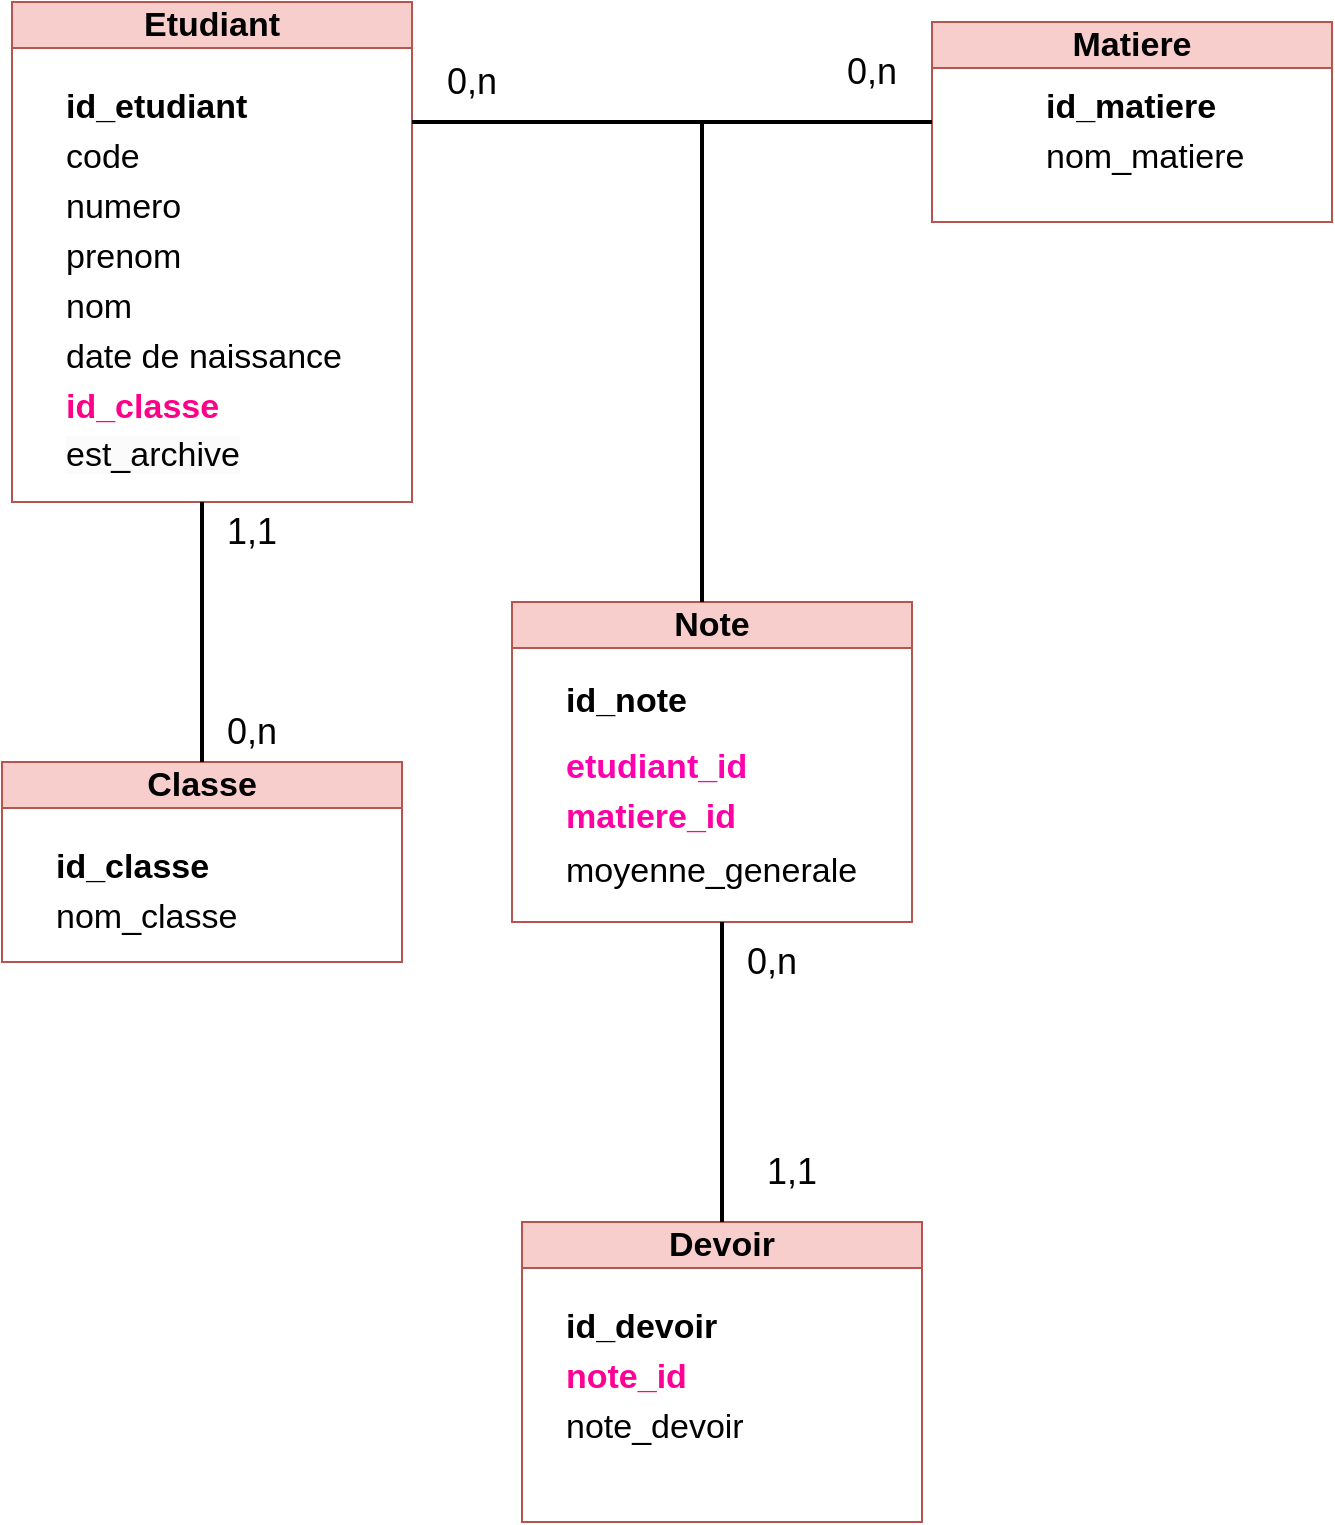
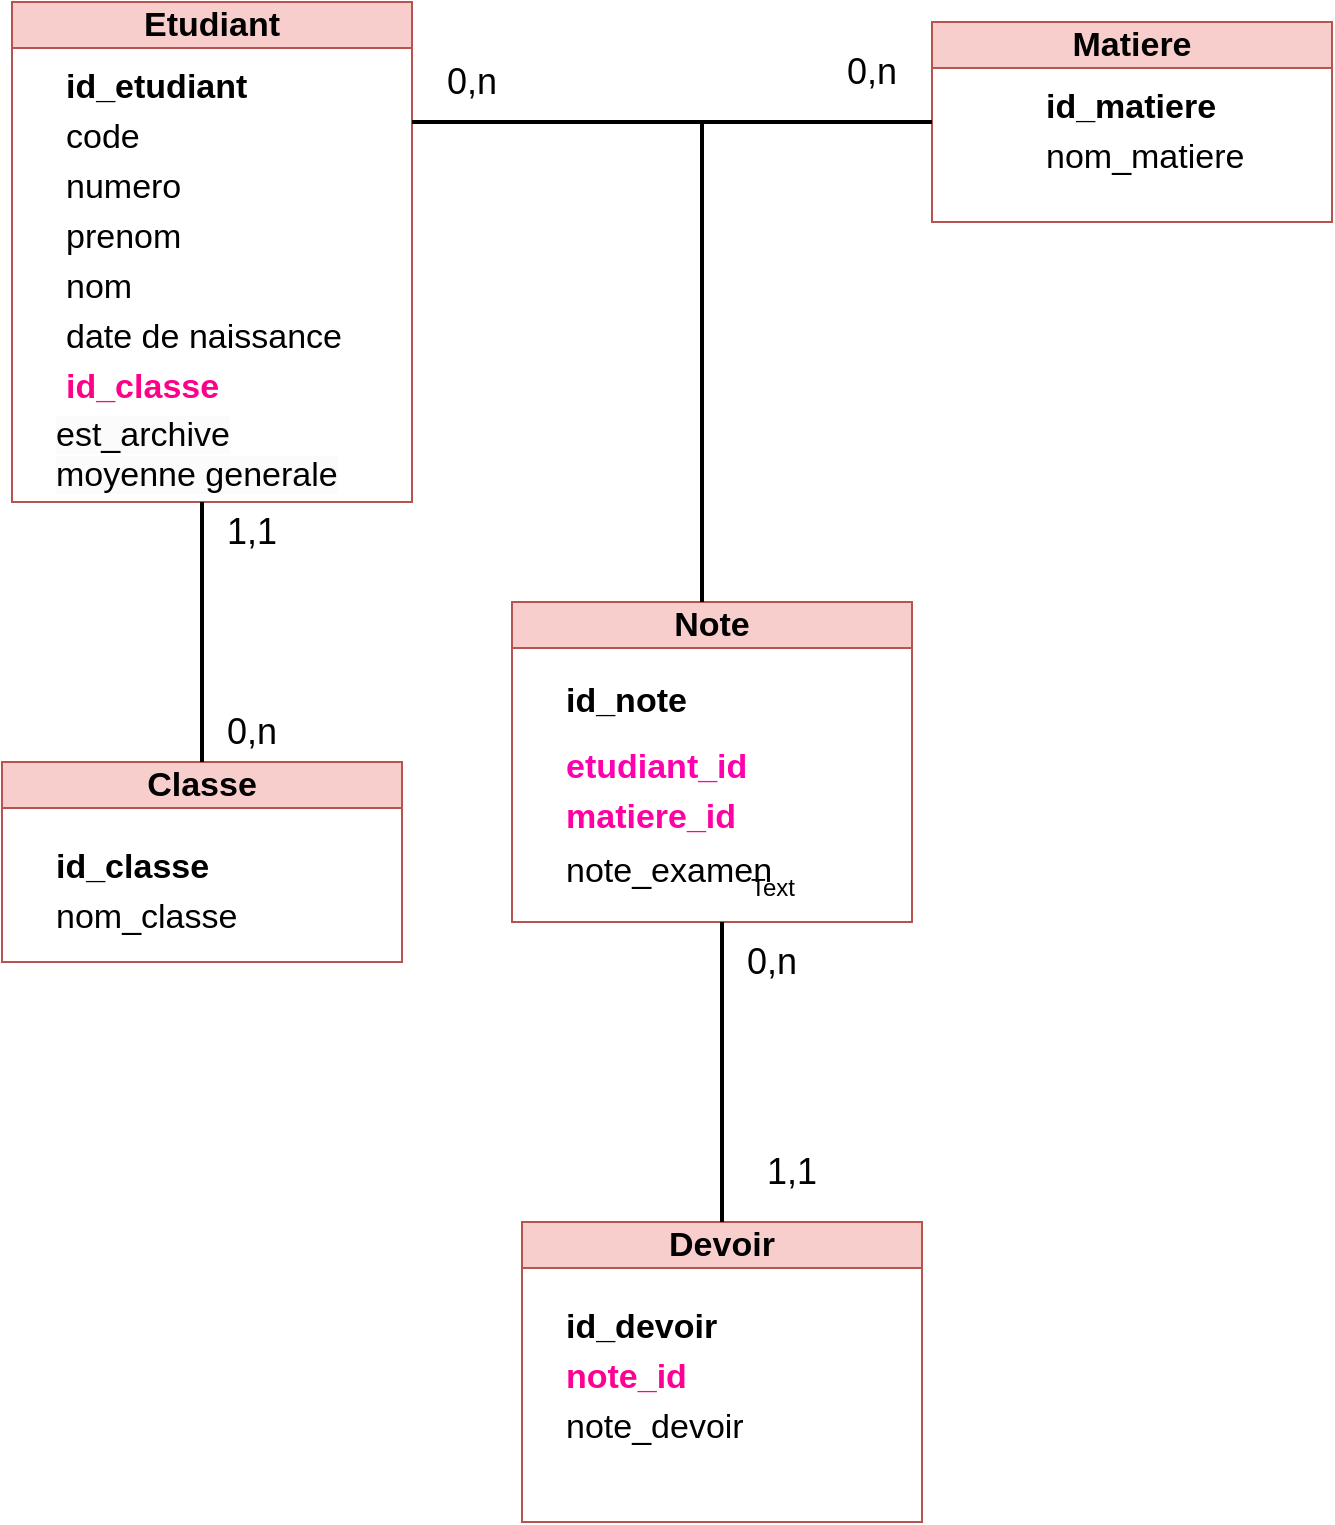
<mxfile host="65bd71144e">
    <diagram id="8pmJhnYMJPEEj21jkHoy" name="Page-1">
-         <mxGraphModel dx="1020" dy="514" grid="1" gridSize="10" guides="1" tooltips="1" connect="1" arrows="1" fold="1" page="1" pageScale="1" pageWidth="850" pageHeight="1100" math="0" shadow="0">
+         <mxGraphModel dx="1360" dy="809" grid="1" gridSize="10" guides="1" tooltips="1" connect="1" arrows="1" fold="1" page="1" pageScale="1" pageWidth="850" pageHeight="1100" math="0" shadow="0">
            <root>
                <mxCell id="0"/>
                <mxCell id="1" parent="0"/>
                <mxCell id="13" value="&lt;font style=&quot;font-size: 17px;&quot;&gt;Etudiant&lt;/font&gt;" style="swimlane;whiteSpace=wrap;html=1;fillColor=#f8cecc;strokeColor=#b85450;" vertex="1" parent="1">
                    <mxGeometry x="100" y="190" width="200" height="250" as="geometry"/>
                </mxCell>
                <mxCell id="23" value="" style="shape=table;startSize=0;container=1;collapsible=0;childLayout=tableLayout;fontSize=11;fillColor=none;strokeColor=none;strokeWidth=11;" vertex="1" parent="13">
-                     <mxGeometry x="20" y="140" width="160" height="100" as="geometry"/>
+                     <mxGeometry x="20" y="130" width="160" height="100" as="geometry"/>
                </mxCell>
                <mxCell id="24" value="" style="shape=tableRow;horizontal=0;startSize=0;swimlaneHead=0;swimlaneBody=0;strokeColor=inherit;top=0;left=0;bottom=0;right=0;collapsible=0;dropTarget=0;fillColor=none;points=[[0,0.5],[1,0.5]];portConstraint=eastwest;fontSize=16;" vertex="1" parent="23">
                    <mxGeometry width="160" height="25" as="geometry"/>
                </mxCell>
                <mxCell id="25" value="nom" style="shape=partialRectangle;html=1;whiteSpace=wrap;connectable=0;strokeColor=inherit;overflow=hidden;fillColor=none;top=0;left=0;bottom=0;right=0;pointerEvents=1;fontSize=17;align=left;spacingLeft=5;" vertex="1" parent="24">
                    <mxGeometry width="160" height="25" as="geometry">
                        <mxRectangle width="160" height="25" as="alternateBounds"/>
                    </mxGeometry>
                </mxCell>
                <mxCell id="26" value="" style="shape=tableRow;horizontal=0;startSize=0;swimlaneHead=0;swimlaneBody=0;strokeColor=inherit;top=0;left=0;bottom=0;right=0;collapsible=0;dropTarget=0;fillColor=none;points=[[0,0.5],[1,0.5]];portConstraint=eastwest;fontSize=16;" vertex="1" parent="23">
                    <mxGeometry y="25" width="160" height="25" as="geometry"/>
                </mxCell>
                <mxCell id="27" value="date de naissance" style="shape=partialRectangle;html=1;whiteSpace=wrap;connectable=0;strokeColor=inherit;overflow=hidden;fillColor=none;top=0;left=0;bottom=0;right=0;pointerEvents=1;fontSize=17;align=left;spacingLeft=5;" vertex="1" parent="26">
                    <mxGeometry width="160" height="25" as="geometry">
                        <mxRectangle width="160" height="25" as="alternateBounds"/>
                    </mxGeometry>
                </mxCell>
                <mxCell id="28" value="" style="shape=tableRow;horizontal=0;startSize=0;swimlaneHead=0;swimlaneBody=0;strokeColor=inherit;top=0;left=0;bottom=0;right=0;collapsible=0;dropTarget=0;fillColor=none;points=[[0,0.5],[1,0.5]];portConstraint=eastwest;fontSize=16;" vertex="1" parent="23">
                    <mxGeometry y="50" width="160" height="25" as="geometry"/>
                </mxCell>
                <mxCell id="29" value="&lt;b&gt;&lt;font style=&quot;color: light-dark(rgb(255, 0, 136), rgb(237, 237, 237));&quot;&gt;id_classe&lt;/font&gt;&lt;/b&gt;" style="shape=partialRectangle;html=1;whiteSpace=wrap;connectable=0;strokeColor=inherit;overflow=hidden;fillColor=none;top=0;left=0;bottom=0;right=0;pointerEvents=1;fontSize=17;align=left;spacingLeft=5;" vertex="1" parent="28">
                    <mxGeometry width="160" height="25" as="geometry">
                        <mxRectangle width="160" height="25" as="alternateBounds"/>
                    </mxGeometry>
                </mxCell>
                <mxCell id="30" style="shape=tableRow;horizontal=0;startSize=0;swimlaneHead=0;swimlaneBody=0;strokeColor=inherit;top=0;left=0;bottom=0;right=0;collapsible=0;dropTarget=0;fillColor=none;points=[[0,0.5],[1,0.5]];portConstraint=eastwest;fontSize=16;" vertex="1" parent="23">
                    <mxGeometry y="75" width="160" height="25" as="geometry"/>
                </mxCell>
                <mxCell id="31" value="" style="shape=partialRectangle;html=1;whiteSpace=wrap;connectable=0;strokeColor=inherit;overflow=hidden;fillColor=none;top=0;left=0;bottom=0;right=0;pointerEvents=1;fontSize=17;align=left;spacingLeft=5;" vertex="1" parent="30">
                    <mxGeometry width="160" height="25" as="geometry">
                        <mxRectangle width="160" height="25" as="alternateBounds"/>
                    </mxGeometry>
                </mxCell>
-                 <mxCell id="130" value="&lt;span style=&quot;color: rgb(0, 0, 0); font-family: Helvetica; font-size: 17px; font-style: normal; font-variant-ligatures: normal; font-variant-caps: normal; font-weight: 400; letter-spacing: normal; orphans: 2; text-align: left; text-indent: 0px; text-transform: none; widows: 2; word-spacing: 0px; -webkit-text-stroke-width: 0px; white-space: normal; background-color: rgb(251, 251, 251); text-decoration-thickness: initial; text-decoration-style: initial; text-decoration-color: initial; float: none; display: inline !important;&quot;&gt;est_archive&lt;/span&gt;" style="text;whiteSpace=wrap;html=1;" vertex="1" parent="13">
-                     <mxGeometry x="25" y="210" width="170" height="40" as="geometry"/>
+                 <mxCell id="130" value="&lt;span style=&quot;color: rgb(0, 0, 0); font-family: Helvetica; font-size: 17px; font-style: normal; font-variant-ligatures: normal; font-variant-caps: normal; font-weight: 400; letter-spacing: normal; orphans: 2; text-align: left; text-indent: 0px; text-transform: none; widows: 2; word-spacing: 0px; -webkit-text-stroke-width: 0px; white-space: normal; background-color: rgb(251, 251, 251); text-decoration-thickness: initial; text-decoration-style: initial; text-decoration-color: initial; float: none; display: inline !important;&quot;&gt;est_archive&lt;/span&gt;&lt;div&gt;&lt;span style=&quot;color: rgb(0, 0, 0); font-family: Helvetica; font-size: 17px; font-style: normal; font-variant-ligatures: normal; font-variant-caps: normal; font-weight: 400; letter-spacing: normal; orphans: 2; text-align: left; text-indent: 0px; text-transform: none; widows: 2; word-spacing: 0px; -webkit-text-stroke-width: 0px; white-space: normal; background-color: rgb(251, 251, 251); text-decoration-thickness: initial; text-decoration-style: initial; text-decoration-color: initial; float: none; display: inline !important;&quot;&gt;moyenne generale&lt;/span&gt;&lt;/div&gt;" style="text;whiteSpace=wrap;html=1;" vertex="1" parent="13">
+                     <mxGeometry x="20" y="200" width="170" height="40" as="geometry"/>
                </mxCell>
                <mxCell id="14" value="" style="shape=table;startSize=0;container=1;collapsible=0;childLayout=tableLayout;fontSize=11;fillColor=none;strokeColor=none;strokeWidth=11;" vertex="1" parent="1">
-                     <mxGeometry x="120" y="230" width="100" height="100" as="geometry"/>
+                     <mxGeometry x="120" y="220" width="100" height="100" as="geometry"/>
                </mxCell>
                <mxCell id="15" value="" style="shape=tableRow;horizontal=0;startSize=0;swimlaneHead=0;swimlaneBody=0;strokeColor=inherit;top=0;left=0;bottom=0;right=0;collapsible=0;dropTarget=0;fillColor=none;points=[[0,0.5],[1,0.5]];portConstraint=eastwest;fontSize=16;" vertex="1" parent="14">
                    <mxGeometry width="100" height="25" as="geometry"/>
                </mxCell>
                <mxCell id="16" value="&lt;b&gt;id_etudiant&lt;/b&gt;" style="shape=partialRectangle;html=1;whiteSpace=wrap;connectable=0;strokeColor=inherit;overflow=hidden;fillColor=none;top=0;left=0;bottom=0;right=0;pointerEvents=1;fontSize=17;align=left;spacingLeft=5;" vertex="1" parent="15">
                    <mxGeometry width="100" height="25" as="geometry">
                        <mxRectangle width="100" height="25" as="alternateBounds"/>
                    </mxGeometry>
                </mxCell>
                <mxCell id="17" value="" style="shape=tableRow;horizontal=0;startSize=0;swimlaneHead=0;swimlaneBody=0;strokeColor=inherit;top=0;left=0;bottom=0;right=0;collapsible=0;dropTarget=0;fillColor=none;points=[[0,0.5],[1,0.5]];portConstraint=eastwest;fontSize=16;" vertex="1" parent="14">
                    <mxGeometry y="25" width="100" height="25" as="geometry"/>
                </mxCell>
                <mxCell id="18" value="code" style="shape=partialRectangle;html=1;whiteSpace=wrap;connectable=0;strokeColor=inherit;overflow=hidden;fillColor=none;top=0;left=0;bottom=0;right=0;pointerEvents=1;fontSize=17;align=left;spacingLeft=5;" vertex="1" parent="17">
                    <mxGeometry width="100" height="25" as="geometry">
                        <mxRectangle width="100" height="25" as="alternateBounds"/>
                    </mxGeometry>
                </mxCell>
                <mxCell id="19" value="" style="shape=tableRow;horizontal=0;startSize=0;swimlaneHead=0;swimlaneBody=0;strokeColor=inherit;top=0;left=0;bottom=0;right=0;collapsible=0;dropTarget=0;fillColor=none;points=[[0,0.5],[1,0.5]];portConstraint=eastwest;fontSize=16;" vertex="1" parent="14">
                    <mxGeometry y="50" width="100" height="25" as="geometry"/>
                </mxCell>
                <mxCell id="20" value="numero" style="shape=partialRectangle;html=1;whiteSpace=wrap;connectable=0;strokeColor=inherit;overflow=hidden;fillColor=none;top=0;left=0;bottom=0;right=0;pointerEvents=1;fontSize=17;align=left;spacingLeft=5;" vertex="1" parent="19">
                    <mxGeometry width="100" height="25" as="geometry">
                        <mxRectangle width="100" height="25" as="alternateBounds"/>
                    </mxGeometry>
                </mxCell>
                <mxCell id="21" style="shape=tableRow;horizontal=0;startSize=0;swimlaneHead=0;swimlaneBody=0;strokeColor=inherit;top=0;left=0;bottom=0;right=0;collapsible=0;dropTarget=0;fillColor=none;points=[[0,0.5],[1,0.5]];portConstraint=eastwest;fontSize=16;" vertex="1" parent="14">
                    <mxGeometry y="75" width="100" height="25" as="geometry"/>
                </mxCell>
                <mxCell id="22" value="prenom" style="shape=partialRectangle;html=1;whiteSpace=wrap;connectable=0;strokeColor=inherit;overflow=hidden;fillColor=none;top=0;left=0;bottom=0;right=0;pointerEvents=1;fontSize=17;align=left;spacingLeft=5;" vertex="1" parent="21">
                    <mxGeometry width="100" height="25" as="geometry">
                        <mxRectangle width="100" height="25" as="alternateBounds"/>
                    </mxGeometry>
                </mxCell>
                <mxCell id="32" value="&lt;font style=&quot;font-size: 17px;&quot;&gt;Matiere&lt;/font&gt;" style="swimlane;whiteSpace=wrap;html=1;fillColor=#f8cecc;strokeColor=#b85450;" vertex="1" parent="1">
                    <mxGeometry x="560" y="200" width="200" height="100" as="geometry"/>
                </mxCell>
                <mxCell id="42" value="" style="shape=table;startSize=0;container=1;collapsible=0;childLayout=tableLayout;fontSize=11;fillColor=none;strokeColor=none;strokeWidth=11;" vertex="1" parent="1">
                    <mxGeometry x="610" y="230" width="130" height="100" as="geometry"/>
                </mxCell>
                <mxCell id="43" value="" style="shape=tableRow;horizontal=0;startSize=0;swimlaneHead=0;swimlaneBody=0;strokeColor=inherit;top=0;left=0;bottom=0;right=0;collapsible=0;dropTarget=0;fillColor=none;points=[[0,0.5],[1,0.5]];portConstraint=eastwest;fontSize=16;" vertex="1" parent="42">
                    <mxGeometry width="130" height="25" as="geometry"/>
                </mxCell>
                <mxCell id="44" value="&lt;b&gt;id_matiere&lt;/b&gt;" style="shape=partialRectangle;html=1;whiteSpace=wrap;connectable=0;strokeColor=inherit;overflow=hidden;fillColor=none;top=0;left=0;bottom=0;right=0;pointerEvents=1;fontSize=17;align=left;spacingLeft=5;" vertex="1" parent="43">
                    <mxGeometry width="130" height="25" as="geometry">
                        <mxRectangle width="130" height="25" as="alternateBounds"/>
                    </mxGeometry>
                </mxCell>
                <mxCell id="45" value="" style="shape=tableRow;horizontal=0;startSize=0;swimlaneHead=0;swimlaneBody=0;strokeColor=inherit;top=0;left=0;bottom=0;right=0;collapsible=0;dropTarget=0;fillColor=none;points=[[0,0.5],[1,0.5]];portConstraint=eastwest;fontSize=16;" vertex="1" parent="42">
                    <mxGeometry y="25" width="130" height="25" as="geometry"/>
                </mxCell>
                <mxCell id="46" value="nom_matiere" style="shape=partialRectangle;html=1;whiteSpace=wrap;connectable=0;strokeColor=inherit;overflow=hidden;fillColor=none;top=0;left=0;bottom=0;right=0;pointerEvents=1;fontSize=17;align=left;spacingLeft=5;" vertex="1" parent="45">
                    <mxGeometry width="130" height="25" as="geometry">
                        <mxRectangle width="130" height="25" as="alternateBounds"/>
                    </mxGeometry>
                </mxCell>
                <mxCell id="47" value="" style="shape=tableRow;horizontal=0;startSize=0;swimlaneHead=0;swimlaneBody=0;strokeColor=inherit;top=0;left=0;bottom=0;right=0;collapsible=0;dropTarget=0;fillColor=none;points=[[0,0.5],[1,0.5]];portConstraint=eastwest;fontSize=16;" vertex="1" parent="42">
                    <mxGeometry y="50" width="130" height="25" as="geometry"/>
                </mxCell>
                <mxCell id="48" value="" style="shape=partialRectangle;html=1;whiteSpace=wrap;connectable=0;strokeColor=inherit;overflow=hidden;fillColor=none;top=0;left=0;bottom=0;right=0;pointerEvents=1;fontSize=17;align=left;spacingLeft=5;" vertex="1" parent="47">
                    <mxGeometry width="130" height="25" as="geometry">
                        <mxRectangle width="130" height="25" as="alternateBounds"/>
                    </mxGeometry>
                </mxCell>
                <mxCell id="49" style="shape=tableRow;horizontal=0;startSize=0;swimlaneHead=0;swimlaneBody=0;strokeColor=inherit;top=0;left=0;bottom=0;right=0;collapsible=0;dropTarget=0;fillColor=none;points=[[0,0.5],[1,0.5]];portConstraint=eastwest;fontSize=16;" vertex="1" parent="42">
                    <mxGeometry y="75" width="130" height="25" as="geometry"/>
                </mxCell>
                <mxCell id="50" value="" style="shape=partialRectangle;html=1;whiteSpace=wrap;connectable=0;strokeColor=inherit;overflow=hidden;fillColor=none;top=0;left=0;bottom=0;right=0;pointerEvents=1;fontSize=17;align=left;spacingLeft=5;" vertex="1" parent="49">
                    <mxGeometry width="130" height="25" as="geometry">
                        <mxRectangle width="130" height="25" as="alternateBounds"/>
                    </mxGeometry>
                </mxCell>
                <mxCell id="51" value="&lt;font style=&quot;font-size: 17px;&quot;&gt;Note&lt;/font&gt;" style="swimlane;whiteSpace=wrap;html=1;fillColor=#f8cecc;strokeColor=#b85450;" vertex="1" parent="1">
                    <mxGeometry x="350" y="490" width="200" height="160" as="geometry"/>
                </mxCell>
                <mxCell id="111" value="" style="shape=table;startSize=0;container=1;collapsible=0;childLayout=tableLayout;fontSize=11;fillColor=none;strokeColor=none;strokeWidth=11;" vertex="1" parent="51">
                    <mxGeometry x="20" y="122.5" width="160" height="100" as="geometry"/>
                </mxCell>
                <mxCell id="112" value="" style="shape=tableRow;horizontal=0;startSize=0;swimlaneHead=0;swimlaneBody=0;strokeColor=inherit;top=0;left=0;bottom=0;right=0;collapsible=0;dropTarget=0;fillColor=none;points=[[0,0.5],[1,0.5]];portConstraint=eastwest;fontSize=16;" vertex="1" parent="111">
                    <mxGeometry width="160" height="25" as="geometry"/>
                </mxCell>
-                 <mxCell id="113" value="moyenne_generale" style="shape=partialRectangle;html=1;whiteSpace=wrap;connectable=0;strokeColor=inherit;overflow=hidden;fillColor=none;top=0;left=0;bottom=0;right=0;pointerEvents=1;fontSize=17;align=left;spacingLeft=5;" vertex="1" parent="112">
+                 <mxCell id="113" value="note_examen" style="shape=partialRectangle;html=1;whiteSpace=wrap;connectable=0;strokeColor=inherit;overflow=hidden;fillColor=none;top=0;left=0;bottom=0;right=0;pointerEvents=1;fontSize=17;align=left;spacingLeft=5;" vertex="1" parent="112">
                    <mxGeometry width="160" height="25" as="geometry">
                        <mxRectangle width="160" height="25" as="alternateBounds"/>
                    </mxGeometry>
                </mxCell>
                <mxCell id="114" value="" style="shape=tableRow;horizontal=0;startSize=0;swimlaneHead=0;swimlaneBody=0;strokeColor=inherit;top=0;left=0;bottom=0;right=0;collapsible=0;dropTarget=0;fillColor=none;points=[[0,0.5],[1,0.5]];portConstraint=eastwest;fontSize=16;" vertex="1" parent="111">
                    <mxGeometry y="25" width="160" height="25" as="geometry"/>
                </mxCell>
                <mxCell id="115" value="" style="shape=partialRectangle;html=1;whiteSpace=wrap;connectable=0;strokeColor=inherit;overflow=hidden;fillColor=none;top=0;left=0;bottom=0;right=0;pointerEvents=1;fontSize=17;align=left;spacingLeft=5;" vertex="1" parent="114">
                    <mxGeometry width="160" height="25" as="geometry">
                        <mxRectangle width="160" height="25" as="alternateBounds"/>
                    </mxGeometry>
                </mxCell>
                <mxCell id="116" value="" style="shape=tableRow;horizontal=0;startSize=0;swimlaneHead=0;swimlaneBody=0;strokeColor=inherit;top=0;left=0;bottom=0;right=0;collapsible=0;dropTarget=0;fillColor=none;points=[[0,0.5],[1,0.5]];portConstraint=eastwest;fontSize=16;" vertex="1" parent="111">
                    <mxGeometry y="50" width="160" height="25" as="geometry"/>
                </mxCell>
                <mxCell id="117" value="" style="shape=partialRectangle;html=1;whiteSpace=wrap;connectable=0;strokeColor=inherit;overflow=hidden;fillColor=none;top=0;left=0;bottom=0;right=0;pointerEvents=1;fontSize=17;align=left;spacingLeft=5;" vertex="1" parent="116">
                    <mxGeometry width="160" height="25" as="geometry">
                        <mxRectangle width="160" height="25" as="alternateBounds"/>
                    </mxGeometry>
                </mxCell>
                <mxCell id="118" style="shape=tableRow;horizontal=0;startSize=0;swimlaneHead=0;swimlaneBody=0;strokeColor=inherit;top=0;left=0;bottom=0;right=0;collapsible=0;dropTarget=0;fillColor=none;points=[[0,0.5],[1,0.5]];portConstraint=eastwest;fontSize=16;" vertex="1" parent="111">
                    <mxGeometry y="75" width="160" height="25" as="geometry"/>
                </mxCell>
                <mxCell id="119" value="" style="shape=partialRectangle;html=1;whiteSpace=wrap;connectable=0;strokeColor=inherit;overflow=hidden;fillColor=none;top=0;left=0;bottom=0;right=0;pointerEvents=1;fontSize=17;align=left;spacingLeft=5;" vertex="1" parent="118">
                    <mxGeometry width="160" height="25" as="geometry">
                        <mxRectangle width="160" height="25" as="alternateBounds"/>
                    </mxGeometry>
                </mxCell>
                <mxCell id="136" value="&lt;span style=&quot;font-size: 18px;&quot;&gt;0,n&lt;/span&gt;" style="text;strokeColor=none;align=center;fillColor=none;html=1;verticalAlign=middle;whiteSpace=wrap;rounded=0;" vertex="1" parent="51">
                    <mxGeometry x="100" y="165" width="60" height="30" as="geometry"/>
                </mxCell>
                <mxCell id="61" value="" style="shape=table;startSize=0;container=1;collapsible=0;childLayout=tableLayout;fontSize=11;fillColor=none;strokeColor=none;strokeWidth=11;" vertex="1" parent="1">
                    <mxGeometry x="370" y="520" width="120" height="90" as="geometry"/>
                </mxCell>
                <mxCell id="62" value="" style="shape=tableRow;horizontal=0;startSize=0;swimlaneHead=0;swimlaneBody=0;strokeColor=inherit;top=0;left=0;bottom=0;right=0;collapsible=0;dropTarget=0;fillColor=none;points=[[0,0.5],[1,0.5]];portConstraint=eastwest;fontSize=16;" vertex="1" parent="61">
                    <mxGeometry width="120" height="40" as="geometry"/>
                </mxCell>
                <mxCell id="63" value="&lt;b&gt;id_note&lt;/b&gt;" style="shape=partialRectangle;html=1;whiteSpace=wrap;connectable=0;strokeColor=inherit;overflow=hidden;fillColor=none;top=0;left=0;bottom=0;right=0;pointerEvents=1;fontSize=17;align=left;spacingLeft=5;" vertex="1" parent="62">
                    <mxGeometry width="120" height="40" as="geometry">
                        <mxRectangle width="120" height="40" as="alternateBounds"/>
                    </mxGeometry>
                </mxCell>
                <mxCell id="66" value="" style="shape=tableRow;horizontal=0;startSize=0;swimlaneHead=0;swimlaneBody=0;strokeColor=inherit;top=0;left=0;bottom=0;right=0;collapsible=0;dropTarget=0;fillColor=none;points=[[0,0.5],[1,0.5]];portConstraint=eastwest;fontSize=16;" vertex="1" parent="61">
                    <mxGeometry y="40" width="120" height="25" as="geometry"/>
                </mxCell>
                <mxCell id="67" value="&lt;b&gt;&lt;font style=&quot;color: light-dark(rgb(255, 0, 174), rgb(237, 237, 237));&quot;&gt;etudiant_id&lt;/font&gt;&lt;/b&gt;" style="shape=partialRectangle;html=1;whiteSpace=wrap;connectable=0;strokeColor=inherit;overflow=hidden;fillColor=none;top=0;left=0;bottom=0;right=0;pointerEvents=1;fontSize=17;align=left;spacingLeft=5;" vertex="1" parent="66">
                    <mxGeometry width="120" height="25" as="geometry">
                        <mxRectangle width="120" height="25" as="alternateBounds"/>
                    </mxGeometry>
                </mxCell>
                <mxCell id="68" style="shape=tableRow;horizontal=0;startSize=0;swimlaneHead=0;swimlaneBody=0;strokeColor=inherit;top=0;left=0;bottom=0;right=0;collapsible=0;dropTarget=0;fillColor=none;points=[[0,0.5],[1,0.5]];portConstraint=eastwest;fontSize=16;" vertex="1" parent="61">
                    <mxGeometry y="65" width="120" height="25" as="geometry"/>
                </mxCell>
                <mxCell id="69" value="&lt;b&gt;&lt;font style=&quot;color: light-dark(rgb(255, 0, 162), rgb(237, 237, 237));&quot;&gt;matiere_id&lt;/font&gt;&lt;/b&gt;" style="shape=partialRectangle;html=1;whiteSpace=wrap;connectable=0;strokeColor=inherit;overflow=hidden;fillColor=none;top=0;left=0;bottom=0;right=0;pointerEvents=1;fontSize=17;align=left;spacingLeft=5;" vertex="1" parent="68">
                    <mxGeometry width="120" height="25" as="geometry">
                        <mxRectangle width="120" height="25" as="alternateBounds"/>
                    </mxGeometry>
                </mxCell>
                <mxCell id="70" value="&lt;font style=&quot;font-size: 17px;&quot;&gt;Classe&lt;/font&gt;" style="swimlane;whiteSpace=wrap;html=1;fillColor=#f8cecc;strokeColor=#b85450;" vertex="1" parent="1">
                    <mxGeometry x="95" y="570" width="200" height="100" as="geometry"/>
                </mxCell>
                <mxCell id="80" value="" style="shape=table;startSize=0;container=1;collapsible=0;childLayout=tableLayout;fontSize=11;fillColor=none;strokeColor=none;strokeWidth=11;" vertex="1" parent="70">
                    <mxGeometry x="20" y="40" width="100" height="100" as="geometry"/>
                </mxCell>
                <mxCell id="81" value="" style="shape=tableRow;horizontal=0;startSize=0;swimlaneHead=0;swimlaneBody=0;strokeColor=inherit;top=0;left=0;bottom=0;right=0;collapsible=0;dropTarget=0;fillColor=none;points=[[0,0.5],[1,0.5]];portConstraint=eastwest;fontSize=16;" vertex="1" parent="80">
                    <mxGeometry width="100" height="25" as="geometry"/>
                </mxCell>
                <mxCell id="82" value="&lt;b&gt;id_classe&lt;/b&gt;" style="shape=partialRectangle;html=1;whiteSpace=wrap;connectable=0;strokeColor=inherit;overflow=hidden;fillColor=none;top=0;left=0;bottom=0;right=0;pointerEvents=1;fontSize=17;align=left;spacingLeft=5;" vertex="1" parent="81">
                    <mxGeometry width="100" height="25" as="geometry">
                        <mxRectangle width="100" height="25" as="alternateBounds"/>
                    </mxGeometry>
                </mxCell>
                <mxCell id="83" value="" style="shape=tableRow;horizontal=0;startSize=0;swimlaneHead=0;swimlaneBody=0;strokeColor=inherit;top=0;left=0;bottom=0;right=0;collapsible=0;dropTarget=0;fillColor=none;points=[[0,0.5],[1,0.5]];portConstraint=eastwest;fontSize=16;" vertex="1" parent="80">
                    <mxGeometry y="25" width="100" height="25" as="geometry"/>
                </mxCell>
                <mxCell id="84" value="nom_classe" style="shape=partialRectangle;html=1;whiteSpace=wrap;connectable=0;strokeColor=inherit;overflow=hidden;fillColor=none;top=0;left=0;bottom=0;right=0;pointerEvents=1;fontSize=17;align=left;spacingLeft=5;" vertex="1" parent="83">
                    <mxGeometry width="100" height="25" as="geometry">
                        <mxRectangle width="100" height="25" as="alternateBounds"/>
                    </mxGeometry>
                </mxCell>
                <mxCell id="85" value="" style="shape=tableRow;horizontal=0;startSize=0;swimlaneHead=0;swimlaneBody=0;strokeColor=inherit;top=0;left=0;bottom=0;right=0;collapsible=0;dropTarget=0;fillColor=none;points=[[0,0.5],[1,0.5]];portConstraint=eastwest;fontSize=16;" vertex="1" parent="80">
                    <mxGeometry y="50" width="100" height="25" as="geometry"/>
                </mxCell>
                <mxCell id="86" value="" style="shape=partialRectangle;html=1;whiteSpace=wrap;connectable=0;strokeColor=inherit;overflow=hidden;fillColor=none;top=0;left=0;bottom=0;right=0;pointerEvents=1;fontSize=17;align=left;spacingLeft=5;" vertex="1" parent="85">
                    <mxGeometry width="100" height="25" as="geometry">
                        <mxRectangle width="100" height="25" as="alternateBounds"/>
                    </mxGeometry>
                </mxCell>
                <mxCell id="87" style="shape=tableRow;horizontal=0;startSize=0;swimlaneHead=0;swimlaneBody=0;strokeColor=inherit;top=0;left=0;bottom=0;right=0;collapsible=0;dropTarget=0;fillColor=none;points=[[0,0.5],[1,0.5]];portConstraint=eastwest;fontSize=16;" vertex="1" parent="80">
                    <mxGeometry y="75" width="100" height="25" as="geometry"/>
                </mxCell>
                <mxCell id="88" value="" style="shape=partialRectangle;html=1;whiteSpace=wrap;connectable=0;strokeColor=inherit;overflow=hidden;fillColor=none;top=0;left=0;bottom=0;right=0;pointerEvents=1;fontSize=17;align=left;spacingLeft=5;" vertex="1" parent="87">
                    <mxGeometry width="100" height="25" as="geometry">
                        <mxRectangle width="100" height="25" as="alternateBounds"/>
                    </mxGeometry>
                </mxCell>
                <mxCell id="89" value="&lt;font style=&quot;font-size: 17px;&quot;&gt;Devoir&lt;/font&gt;" style="swimlane;whiteSpace=wrap;html=1;fillColor=#f8cecc;strokeColor=#b85450;" vertex="1" parent="1">
                    <mxGeometry x="355" y="800" width="200" height="150" as="geometry"/>
                </mxCell>
                <mxCell id="99" value="" style="shape=table;startSize=0;container=1;collapsible=0;childLayout=tableLayout;fontSize=11;fillColor=none;strokeColor=none;strokeWidth=11;" vertex="1" parent="1">
                    <mxGeometry x="370" y="840" width="100" height="75" as="geometry"/>
                </mxCell>
                <mxCell id="100" value="" style="shape=tableRow;horizontal=0;startSize=0;swimlaneHead=0;swimlaneBody=0;strokeColor=inherit;top=0;left=0;bottom=0;right=0;collapsible=0;dropTarget=0;fillColor=none;points=[[0,0.5],[1,0.5]];portConstraint=eastwest;fontSize=16;" vertex="1" parent="99">
                    <mxGeometry width="100" height="25" as="geometry"/>
                </mxCell>
                <mxCell id="101" value="&lt;b&gt;id_devoir&lt;/b&gt;" style="shape=partialRectangle;html=1;whiteSpace=wrap;connectable=0;strokeColor=inherit;overflow=hidden;fillColor=none;top=0;left=0;bottom=0;right=0;pointerEvents=1;fontSize=17;align=left;spacingLeft=5;" vertex="1" parent="100">
                    <mxGeometry width="100" height="25" as="geometry">
                        <mxRectangle width="100" height="25" as="alternateBounds"/>
                    </mxGeometry>
                </mxCell>
                <mxCell id="102" value="" style="shape=tableRow;horizontal=0;startSize=0;swimlaneHead=0;swimlaneBody=0;strokeColor=inherit;top=0;left=0;bottom=0;right=0;collapsible=0;dropTarget=0;fillColor=none;points=[[0,0.5],[1,0.5]];portConstraint=eastwest;fontSize=16;" vertex="1" parent="99">
                    <mxGeometry y="25" width="100" height="25" as="geometry"/>
                </mxCell>
                <mxCell id="103" value="&lt;b&gt;&lt;font style=&quot;color: light-dark(rgb(255, 0, 149), rgb(237, 237, 237));&quot;&gt;note_id&lt;/font&gt;&lt;/b&gt;" style="shape=partialRectangle;html=1;whiteSpace=wrap;connectable=0;strokeColor=inherit;overflow=hidden;fillColor=none;top=0;left=0;bottom=0;right=0;pointerEvents=1;fontSize=17;align=left;spacingLeft=5;" vertex="1" parent="102">
                    <mxGeometry width="100" height="25" as="geometry">
                        <mxRectangle width="100" height="25" as="alternateBounds"/>
                    </mxGeometry>
                </mxCell>
                <mxCell id="104" value="" style="shape=tableRow;horizontal=0;startSize=0;swimlaneHead=0;swimlaneBody=0;strokeColor=inherit;top=0;left=0;bottom=0;right=0;collapsible=0;dropTarget=0;fillColor=none;points=[[0,0.5],[1,0.5]];portConstraint=eastwest;fontSize=16;" vertex="1" parent="99">
                    <mxGeometry y="50" width="100" height="25" as="geometry"/>
                </mxCell>
                <mxCell id="105" value="note_devoir" style="shape=partialRectangle;html=1;whiteSpace=wrap;connectable=0;strokeColor=inherit;overflow=hidden;fillColor=none;top=0;left=0;bottom=0;right=0;pointerEvents=1;fontSize=17;align=left;spacingLeft=5;" vertex="1" parent="104">
                    <mxGeometry width="100" height="25" as="geometry">
                        <mxRectangle width="100" height="25" as="alternateBounds"/>
                    </mxGeometry>
                </mxCell>
                <mxCell id="108" value="" style="line;strokeWidth=2;direction=south;html=1;" vertex="1" parent="1">
                    <mxGeometry x="440" y="250" width="10" height="240" as="geometry"/>
                </mxCell>
                <mxCell id="109" value="" style="line;strokeWidth=2;html=1;" vertex="1" parent="1">
                    <mxGeometry x="300" y="245" width="260" height="10" as="geometry"/>
                </mxCell>
                <mxCell id="110" value="" style="line;strokeWidth=2;direction=south;html=1;" vertex="1" parent="1">
                    <mxGeometry x="190" y="440" width="10" height="130" as="geometry"/>
                </mxCell>
                <mxCell id="131" value="" style="line;strokeWidth=2;direction=south;html=1;" vertex="1" parent="1">
                    <mxGeometry x="450" y="650" width="10" height="150" as="geometry"/>
                </mxCell>
                <mxCell id="132" value="&lt;span style=&quot;font-size: 18px;&quot;&gt;0,n&lt;/span&gt;" style="text;strokeColor=none;align=center;fillColor=none;html=1;verticalAlign=middle;whiteSpace=wrap;rounded=0;" vertex="1" parent="1">
                    <mxGeometry x="300" y="215" width="60" height="30" as="geometry"/>
                </mxCell>
                <mxCell id="133" value="&lt;span style=&quot;font-size: 18px;&quot;&gt;0,n&lt;/span&gt;" style="text;strokeColor=none;align=center;fillColor=none;html=1;verticalAlign=middle;whiteSpace=wrap;rounded=0;" vertex="1" parent="1">
                    <mxGeometry x="500" y="210" width="60" height="30" as="geometry"/>
                </mxCell>
                <mxCell id="134" value="&lt;span style=&quot;font-size: 18px;&quot;&gt;1,1&lt;/span&gt;" style="text;strokeColor=none;align=center;fillColor=none;html=1;verticalAlign=middle;whiteSpace=wrap;rounded=0;" vertex="1" parent="1">
                    <mxGeometry x="190" y="440" width="60" height="30" as="geometry"/>
                </mxCell>
                <mxCell id="135" value="&lt;span style=&quot;font-size: 18px;&quot;&gt;0,n&lt;/span&gt;" style="text;strokeColor=none;align=center;fillColor=none;html=1;verticalAlign=middle;whiteSpace=wrap;rounded=0;" vertex="1" parent="1">
                    <mxGeometry x="190" y="540" width="60" height="30" as="geometry"/>
                </mxCell>
                <mxCell id="137" value="&lt;span style=&quot;font-size: 18px;&quot;&gt;1,1&lt;/span&gt;" style="text;strokeColor=none;align=center;fillColor=none;html=1;verticalAlign=middle;whiteSpace=wrap;rounded=0;" vertex="1" parent="1">
                    <mxGeometry x="460" y="760" width="60" height="30" as="geometry"/>
+                 </mxCell>
+                 <mxCell id="138" value="Text" style="text;html=1;align=center;verticalAlign=middle;resizable=0;points=[];autosize=1;strokeColor=none;fillColor=none;" vertex="1" parent="1">
+                     <mxGeometry x="455" y="618" width="50" height="30" as="geometry"/>
                </mxCell>
            </root>
        </mxGraphModel>
    </diagram>
</mxfile>